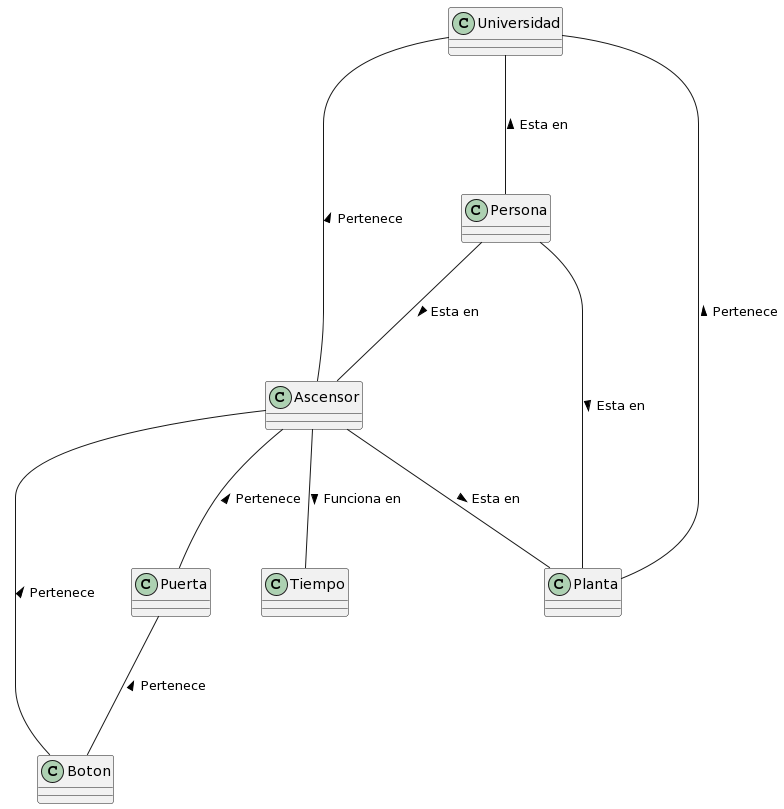
The PlantUML diagram entregas/Grupo4/ModeloDelDominio/images/modeloDelDominio.png in mmasias/IdSw2-22-23, before a commit. The source it was exported from:
```plantuml
@startuml
class Persona
class Tiempo
class Planta
class Ascensor
class Universidad
class Puerta
class Boton


Planta -u-- Persona : "< Esta en"
Ascensor -u-- Persona : "< Esta en"
Planta -u-- Ascensor : "< Esta en"
Ascensor --- Tiempo : "> Funciona en"

Boton -u-- Ascensor : "> Pertenece"
Boton -u-- Puerta : "> Pertenece"
Puerta -u-- Ascensor : "> Pertenece"

Planta -u-- Universidad : "> Pertenece"
Ascensor -u-- Universidad : "> Pertenece"
Persona -u-- Universidad : "> Esta en"
@enduml
```
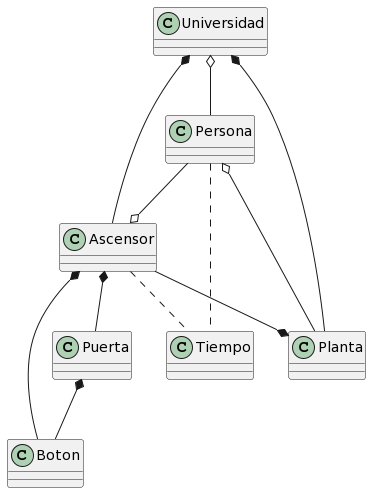
The same file after the commit.

Commit message:
Actualizado modelo del dominio

Diff of the diagram source:
```diff
@@ -7,17 +7,18 @@
 class Puerta
 class Boton
 
+Planta -u-o Persona
+Ascensor o-u- Persona
+Planta *-u- Ascensor
+Ascensor .r.. Tiempo
 
-Planta -u-- Persona : "< Esta en"
-Ascensor -u-- Persona : "< Esta en"
-Planta -u-- Ascensor : "< Esta en"
-Ascensor --- Tiempo : "> Funciona en"
+Boton -u-* Ascensor
+Boton -u-* Puerta
+Puerta -u-* Ascensor
 
-Boton -u-- Ascensor : "> Pertenece"
-Boton -u-- Puerta : "> Pertenece"
-Puerta -u-- Ascensor : "> Pertenece"
+Planta -u-* Universidad
+Ascensor -u-* Universidad
+Persona -u-o Universidad
 
-Planta -u-- Universidad : "> Pertenece"
-Ascensor -u-- Universidad : "> Pertenece"
-Persona -u-- Universidad : "> Esta en"
+Persona ... Tiempo
 @enduml
```
